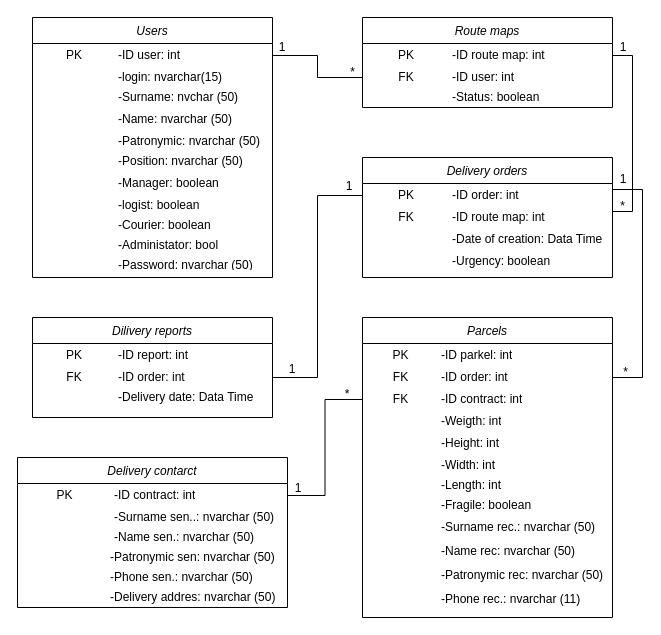
This is Курсач/Draw io/Физическая диаграмма классов базы данных.drawio from JolyBin/-Study, a draw.io file, before an edit. Source tidied: cells renumbered, new cells numbered last; positions are measured from the earlier drawing's top-left corner, leaving out a move shared by most shapes. Both pictures are drawn from the tidied source at 100%, with x=0, y=0 at pixel (17, 17).
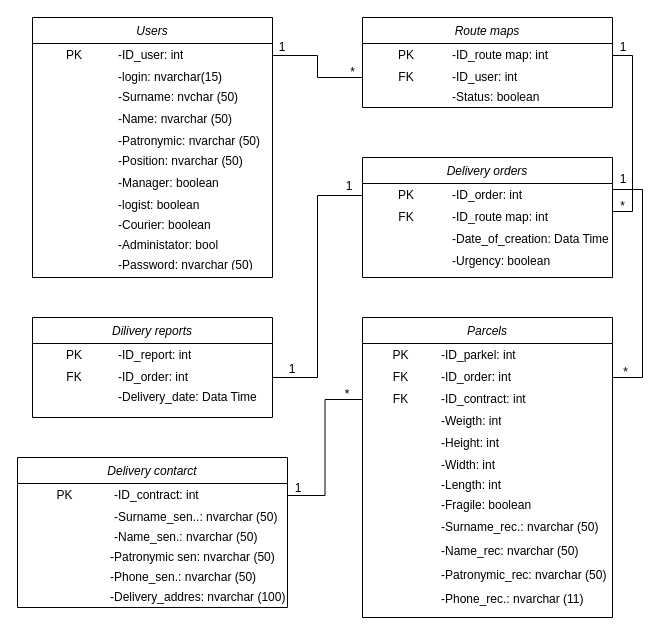
The same diagram, later.

The change refers to these unchanged cells:
```xml
<mxCell id="7" style="shape=partialRectangle;html=1;whiteSpace=wrap;fillColor=none;top=0;left=0;bottom=0;right=0;points=[[0,0.5],[1,0.5]];portConstraint=eastwest;" parent="6" vertex="1">
  <mxGeometry width="250" height="24" as="geometry" />
</mxCell>
<mxCell id="10" style="shape=partialRectangle;html=1;whiteSpace=wrap;fillColor=none;top=0;left=0;bottom=0;right=0;points=[[0,0.5],[1,0.5]];portConstraint=eastwest;" parent="6" vertex="1">
  <mxGeometry y="24" width="250" height="20" as="geometry" />
</mxCell>
<mxCell id="21" style="shape=partialRectangle;html=1;whiteSpace=wrap;fillColor=none;top=0;left=0;bottom=0;right=0;points=[[0,0.5],[1,0.5]];portConstraint=eastwest;" parent="20" vertex="1">
  <mxGeometry width="240" height="24" as="geometry" />
</mxCell>
<mxCell id="59" style="shape=partialRectangle;html=1;whiteSpace=wrap;fillColor=none;top=0;left=0;bottom=0;right=0;" parent="58" vertex="1">
  <mxGeometry width="240" height="24" as="geometry" />
</mxCell>
<mxCell id="62" style="shape=partialRectangle;html=1;whiteSpace=wrap;fillColor=none;top=0;left=0;bottom=0;right=0;points=[[0,0.5],[1,0.5]];portConstraint=eastwest;" parent="58" vertex="1">
  <mxGeometry y="24" width="240" height="20" as="geometry" />
</mxCell>
<mxCell id="65" style="shape=partialRectangle;html=1;whiteSpace=wrap;fillColor=none;top=0;left=0;bottom=0;right=0;" parent="58" vertex="1">
  <mxGeometry y="44" width="240" height="20" as="geometry" />
</mxCell>
<mxCell id="73" style="shape=partialRectangle;html=1;whiteSpace=wrap;fillColor=none;top=0;left=0;bottom=0;right=0;" parent="72" vertex="1">
  <mxGeometry width="250" height="24" as="geometry" />
</mxCell>
<mxCell id="76" style="shape=partialRectangle;html=1;whiteSpace=wrap;fillColor=none;top=0;left=0;bottom=0;right=0;" parent="72" vertex="1">
  <mxGeometry y="24" width="250" height="20" as="geometry" />
</mxCell>
<mxCell id="79" style="shape=partialRectangle;html=1;whiteSpace=wrap;fillColor=none;top=0;left=0;bottom=0;right=0;points=[[0,0.5],[1,0.5]];portConstraint=eastwest;" parent="72" vertex="1">
  <mxGeometry y="44" width="250" height="24" as="geometry" />
</mxCell>
<mxCell id="97" style="shape=partialRectangle;html=1;whiteSpace=wrap;fillColor=none;top=0;left=0;bottom=0;right=0;" parent="71" vertex="1">
  <mxGeometry y="198" width="250" height="24" as="geometry" />
</mxCell>
<mxCell id="100" style="shape=partialRectangle;html=1;whiteSpace=wrap;fillColor=none;top=0;left=0;bottom=0;right=0;" parent="71" vertex="1">
  <mxGeometry y="222" width="250" height="24" as="geometry" />
</mxCell>
<mxCell id="103" style="shape=partialRectangle;html=1;whiteSpace=wrap;fillColor=none;top=0;left=0;bottom=0;right=0;" parent="71" vertex="1">
  <mxGeometry y="246" width="250" height="24" as="geometry" />
</mxCell>
<mxCell id="106" style="shape=partialRectangle;html=1;whiteSpace=wrap;fillColor=none;top=0;left=0;bottom=0;right=0;" parent="71" vertex="1">
  <mxGeometry y="270" width="250" height="24" as="geometry" />
</mxCell>
<mxCell id="111" style="shape=partialRectangle;html=1;whiteSpace=wrap;fillColor=none;top=0;left=0;bottom=0;right=0;points=[[0,0.5],[1,0.5]];portConstraint=eastwest;" parent="110" vertex="1">
  <mxGeometry width="250" height="24" as="geometry" />
</mxCell>
<mxCell id="114" style="shape=partialRectangle;html=1;whiteSpace=wrap;fillColor=none;top=0;left=0;bottom=0;right=0;points=[[0,0.5],[1,0.5]];portConstraint=eastwest;" parent="110" vertex="1">
  <mxGeometry y="24" width="250" height="20" as="geometry" />
</mxCell>
<mxCell id="117" style="shape=partialRectangle;html=1;whiteSpace=wrap;fillColor=none;top=0;left=0;bottom=0;right=0;" parent="110" vertex="1">
  <mxGeometry y="44" width="250" height="24" as="geometry" />
</mxCell>
<mxCell id="130" style="shape=partialRectangle;html=1;whiteSpace=wrap;fillColor=none;top=0;left=0;bottom=0;right=0;points=[[0,0.5],[1,0.5]];portConstraint=eastwest;" parent="129" vertex="1">
  <mxGeometry width="270" height="24" as="geometry" />
</mxCell>
<mxCell id="133" style="shape=partialRectangle;html=1;whiteSpace=wrap;fillColor=none;top=0;left=0;bottom=0;right=0;" parent="129" vertex="1">
  <mxGeometry y="24" width="270" height="20" as="geometry" />
</mxCell>
<mxCell id="136" style="shape=partialRectangle;html=1;whiteSpace=wrap;fillColor=none;top=0;left=0;bottom=0;right=0;" parent="129" vertex="1">
  <mxGeometry y="44" width="270" height="20" as="geometry" />
</mxCell>
<mxCell id="142" style="shape=partialRectangle;html=1;whiteSpace=wrap;fillColor=none;top=0;left=0;bottom=0;right=0;" parent="128" vertex="1">
  <mxGeometry y="110" width="270" height="20" as="geometry" />
</mxCell>
<mxCell id="145" style="shape=partialRectangle;html=1;whiteSpace=wrap;fillColor=none;top=0;left=0;bottom=0;right=0;" parent="128" vertex="1">
  <mxGeometry y="130" width="270" height="20" as="geometry" />
</mxCell>
```

Diff of the diagram source:
```diff
@@
-    <mxCell id="9" value="-ID route map: int" style="shape=partialRectangle;html=1;whiteSpace=wrap;overflow=hidden;fillColor=none;top=0;left=0;bottom=0;right=0;align=left;" parent="7" vertex="1">
+    <mxCell id="9" value="-ID_route map: int" style="shape=partialRectangle;html=1;whiteSpace=wrap;overflow=hidden;fillColor=none;top=0;left=0;bottom=0;right=0;align=left;" parent="7" vertex="1">
       <mxGeometry x="88" width="162" height="24" as="geometry" />
     </mxCell>
@@
-    <mxCell id="12" value="-ID user: int" style="shape=partialRectangle;html=1;whiteSpace=wrap;overflow=hidden;fillColor=none;top=0;left=0;bottom=0;right=0;align=left;" parent="10" vertex="1">
+    <mxCell id="12" value="-ID_user: int" style="shape=partialRectangle;html=1;whiteSpace=wrap;overflow=hidden;fillColor=none;top=0;left=0;bottom=0;right=0;align=left;" parent="10" vertex="1">
       <mxGeometry x="88" width="162" height="20" as="geometry" />
     </mxCell>
@@
-    <mxCell id="23" value="-ID user: int" style="shape=partialRectangle;html=1;whiteSpace=wrap;overflow=hidden;fillColor=none;top=0;left=0;bottom=0;right=0;align=left;" parent="21" vertex="1">
+    <mxCell id="23" value="-ID_user: int" style="shape=partialRectangle;html=1;whiteSpace=wrap;overflow=hidden;fillColor=none;top=0;left=0;bottom=0;right=0;align=left;" parent="21" vertex="1">
       <mxGeometry x="84" width="156" height="24" as="geometry" />
     </mxCell>
@@
-    <mxCell id="61" value="-ID report: int" style="shape=partialRectangle;html=1;whiteSpace=wrap;overflow=hidden;fillColor=none;top=0;left=0;bottom=0;right=0;align=left;" parent="59" vertex="1">
+    <mxCell id="61" value="-ID_report: int" style="shape=partialRectangle;html=1;whiteSpace=wrap;overflow=hidden;fillColor=none;top=0;left=0;bottom=0;right=0;align=left;" parent="59" vertex="1">
       <mxGeometry x="84" width="156" height="24" as="geometry" />
     </mxCell>
@@
-    <mxCell id="64" value="-ID order: int" style="shape=partialRectangle;html=1;whiteSpace=wrap;overflow=hidden;fillColor=none;top=0;left=0;bottom=0;right=0;align=left;" parent="62" vertex="1">
+    <mxCell id="64" value="-ID_order: int" style="shape=partialRectangle;html=1;whiteSpace=wrap;overflow=hidden;fillColor=none;top=0;left=0;bottom=0;right=0;align=left;" parent="62" vertex="1">
       <mxGeometry x="84" width="156" height="20" as="geometry" />
     </mxCell>
@@
-    <mxCell id="67" value="-Delivery date: Data Time" style="shape=partialRectangle;html=1;whiteSpace=wrap;overflow=hidden;fillColor=none;top=0;left=0;bottom=0;right=0;align=left;" parent="65" vertex="1">
+    <mxCell id="67" value="-Delivery_date: Data Time" style="shape=partialRectangle;html=1;whiteSpace=wrap;overflow=hidden;fillColor=none;top=0;left=0;bottom=0;right=0;align=left;" parent="65" vertex="1">
       <mxGeometry x="84" width="156" height="20" as="geometry" />
     </mxCell>
@@
-    <mxCell id="75" value="-ID parkel: int" style="shape=partialRectangle;html=1;whiteSpace=wrap;overflow=hidden;fillColor=none;top=0;left=0;bottom=0;right=0;align=left;" parent="73" vertex="1">
+    <mxCell id="75" value="-ID_parkel: int" style="shape=partialRectangle;html=1;whiteSpace=wrap;overflow=hidden;fillColor=none;top=0;left=0;bottom=0;right=0;align=left;" parent="73" vertex="1">
       <mxGeometry x="77" width="173" height="24" as="geometry" />
     </mxCell>
@@
-    <mxCell id="78" value="-ID order: int" style="shape=partialRectangle;html=1;whiteSpace=wrap;overflow=hidden;fillColor=none;top=0;left=0;bottom=0;right=0;align=left;" parent="76" vertex="1">
+    <mxCell id="78" value="-ID_order: int" style="shape=partialRectangle;html=1;whiteSpace=wrap;overflow=hidden;fillColor=none;top=0;left=0;bottom=0;right=0;align=left;" parent="76" vertex="1">
       <mxGeometry x="77" width="173" height="20" as="geometry" />
     </mxCell>
@@
-    <mxCell id="81" value="-ID contract: int" style="shape=partialRectangle;html=1;whiteSpace=wrap;overflow=hidden;fillColor=none;top=0;left=0;bottom=0;right=0;align=left;" parent="79" vertex="1">
+    <mxCell id="81" value="-ID_contract: int" style="shape=partialRectangle;html=1;whiteSpace=wrap;overflow=hidden;fillColor=none;top=0;left=0;bottom=0;right=0;align=left;" parent="79" vertex="1">
       <mxGeometry x="77" width="173" height="24" as="geometry" />
     </mxCell>
@@
-    <mxCell id="99" value="-Surname rec.: nvarchar (50)" style="shape=partialRectangle;html=1;whiteSpace=wrap;overflow=hidden;fillColor=none;top=0;left=0;bottom=0;right=0;align=left;" parent="97" vertex="1">
+    <mxCell id="99" value="-Surname_rec.: nvarchar (50)" style="shape=partialRectangle;html=1;whiteSpace=wrap;overflow=hidden;fillColor=none;top=0;left=0;bottom=0;right=0;align=left;" parent="97" vertex="1">
       <mxGeometry x="77" width="173" height="24" as="geometry" />
     </mxCell>
@@
-    <mxCell id="102" value="-Name rec: nvarchar (50)" style="shape=partialRectangle;html=1;whiteSpace=wrap;overflow=hidden;fillColor=none;top=0;left=0;bottom=0;right=0;align=left;" parent="100" vertex="1">
+    <mxCell id="102" value="-Name_rec: nvarchar (50)" style="shape=partialRectangle;html=1;whiteSpace=wrap;overflow=hidden;fillColor=none;top=0;left=0;bottom=0;right=0;align=left;" parent="100" vertex="1">
       <mxGeometry x="77" width="173" height="24" as="geometry" />
     </mxCell>
@@
-    <mxCell id="105" value="-Patronymic rec: nvarchar (50)" style="shape=partialRectangle;html=1;whiteSpace=wrap;overflow=hidden;fillColor=none;top=0;left=0;bottom=0;right=0;align=left;" parent="103" vertex="1">
+    <mxCell id="105" value="-Patronymic_rec: nvarchar (50)" style="shape=partialRectangle;html=1;whiteSpace=wrap;overflow=hidden;fillColor=none;top=0;left=0;bottom=0;right=0;align=left;" parent="103" vertex="1">
       <mxGeometry x="77" width="173" height="24" as="geometry" />
     </mxCell>
@@
-    <mxCell id="108" value="-Phone rec.: nvarchar (11)" style="shape=partialRectangle;html=1;whiteSpace=wrap;overflow=hidden;fillColor=none;top=0;left=0;bottom=0;right=0;align=left;" parent="106" vertex="1">
+    <mxCell id="108" value="-Phone_rec.: nvarchar (11)" style="shape=partialRectangle;html=1;whiteSpace=wrap;overflow=hidden;fillColor=none;top=0;left=0;bottom=0;right=0;align=left;" parent="106" vertex="1">
       <mxGeometry x="77" width="173" height="24" as="geometry" />
     </mxCell>
@@
-    <mxCell id="113" value="-ID order: int" style="shape=partialRectangle;html=1;whiteSpace=wrap;overflow=hidden;fillColor=none;top=0;left=0;bottom=0;right=0;align=left;" parent="111" vertex="1">
+    <mxCell id="113" value="-ID_order: int" style="shape=partialRectangle;html=1;whiteSpace=wrap;overflow=hidden;fillColor=none;top=0;left=0;bottom=0;right=0;align=left;" parent="111" vertex="1">
       <mxGeometry x="88" width="162" height="24" as="geometry" />
     </mxCell>
@@
-    <mxCell id="116" value="-ID route map: int" style="shape=partialRectangle;html=1;whiteSpace=wrap;overflow=hidden;fillColor=none;top=0;left=0;bottom=0;right=0;align=left;" parent="114" vertex="1">
+    <mxCell id="116" value="-ID_route map: int" style="shape=partialRectangle;html=1;whiteSpace=wrap;overflow=hidden;fillColor=none;top=0;left=0;bottom=0;right=0;align=left;" parent="114" vertex="1">
       <mxGeometry x="88" width="162" height="20" as="geometry" />
     </mxCell>
@@
-    <mxCell id="119" value="-Date of creation: Data Time" style="shape=partialRectangle;html=1;whiteSpace=wrap;overflow=hidden;fillColor=none;top=0;left=0;bottom=0;right=0;align=left;" parent="117" vertex="1">
+    <mxCell id="119" value="-Date_of_creation: Data Time" style="shape=partialRectangle;html=1;whiteSpace=wrap;overflow=hidden;fillColor=none;top=0;left=0;bottom=0;right=0;align=left;" parent="117" vertex="1">
       <mxGeometry x="88" width="162" height="24" as="geometry" />
     </mxCell>
@@
-    <mxCell id="132" value="-ID contract: int" style="shape=partialRectangle;html=1;whiteSpace=wrap;overflow=hidden;fillColor=none;top=0;left=0;bottom=0;right=0;align=left;" parent="130" vertex="1">
+    <mxCell id="132" value="-ID_contract: int" style="shape=partialRectangle;html=1;whiteSpace=wrap;overflow=hidden;fillColor=none;top=0;left=0;bottom=0;right=0;align=left;" parent="130" vertex="1">
       <mxGeometry x="95" width="175" height="24" as="geometry" />
     </mxCell>
@@
-    <mxCell id="135" value="-Surname sen..: nvarchar (50)" style="shape=partialRectangle;html=1;whiteSpace=wrap;overflow=hidden;fillColor=none;top=0;left=0;bottom=0;right=0;align=left;" parent="133" vertex="1">
+    <mxCell id="135" value="-Surname_sen..: nvarchar (50)" style="shape=partialRectangle;html=1;whiteSpace=wrap;overflow=hidden;fillColor=none;top=0;left=0;bottom=0;right=0;align=left;" parent="133" vertex="1">
       <mxGeometry x="95" width="175" height="20" as="geometry" />
     </mxCell>
@@
-    <mxCell id="138" value="-Name sen.: nvarchar (50)" style="shape=partialRectangle;html=1;whiteSpace=wrap;overflow=hidden;fillColor=none;top=0;left=0;bottom=0;right=0;align=left;" parent="136" vertex="1">
+    <mxCell id="138" value="-Name_sen.: nvarchar (50)" style="shape=partialRectangle;html=1;whiteSpace=wrap;overflow=hidden;fillColor=none;top=0;left=0;bottom=0;right=0;align=left;" parent="136" vertex="1">
       <mxGeometry x="95" width="175" height="20" as="geometry" />
     </mxCell>
@@
-    <mxCell id="144" value="-Phone sen.: nvarchar (50)" style="shape=partialRectangle;html=1;whiteSpace=wrap;overflow=hidden;fillColor=none;top=0;left=0;bottom=0;right=0;align=left;" parent="142" vertex="1">
+    <mxCell id="144" value="-Phone_sen.: nvarchar (50)" style="shape=partialRectangle;html=1;whiteSpace=wrap;overflow=hidden;fillColor=none;top=0;left=0;bottom=0;right=0;align=left;" parent="142" vertex="1">
       <mxGeometry x="91" width="169" height="20" as="geometry" />
     </mxCell>
@@
-    <mxCell id="147" value="-Delivery addres: nvarchar (50)" style="shape=partialRectangle;html=1;whiteSpace=wrap;overflow=hidden;fillColor=none;top=0;left=0;bottom=0;right=0;align=left;" parent="145" vertex="1">
+    <mxCell id="147" value="-Delivery_addres: nvarchar (100)" style="shape=partialRectangle;html=1;whiteSpace=wrap;overflow=hidden;fillColor=none;top=0;left=0;bottom=0;right=0;align=left;" parent="145" vertex="1">
       <mxGeometry x="91" width="179" height="20" as="geometry" />
     </mxCell>
```
